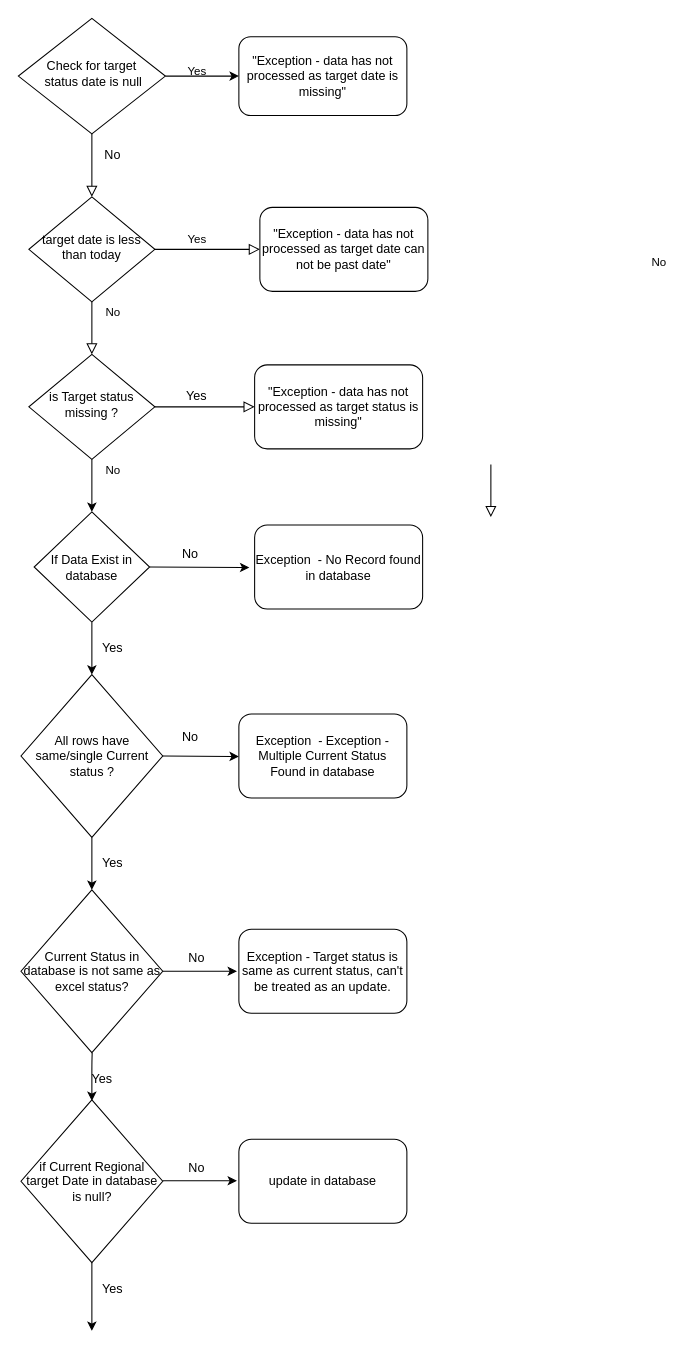
This is Contract_backlog.drawio from pkochar263/Sending-Emails-to-multiple-people, a draw.io file, before an edit. Source tidied: cells renumbered, new cells numbered last; positions are measured from the earlier drawing's top-left corner, leaving out a move shared by most shapes. Both pictures are drawn from the tidied source at 105%, with x=0, y=0 at pixel (18, 18).
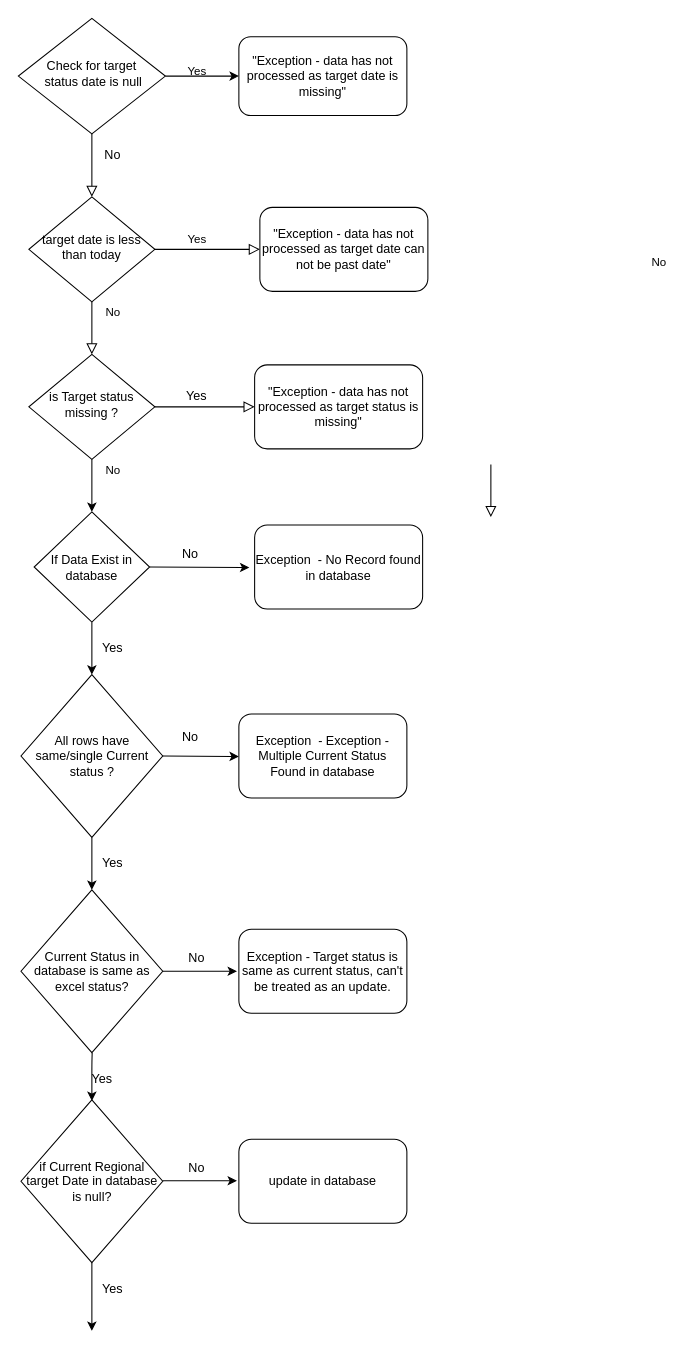
The same diagram, later.

The edit, as a diff of the source:
```diff
@@
-    <mxCell id="30" value="Current Status in database is not same as excel status?" style="rhombus;whiteSpace=wrap;html=1;" parent="1" vertex="1">
+    <mxCell id="30" value="Current Status in database is same as excel status?" style="rhombus;whiteSpace=wrap;html=1;" parent="1" vertex="1">
       <mxGeometry x="2.5" y="830" width="135" height="155" as="geometry" />
     </mxCell>
```
